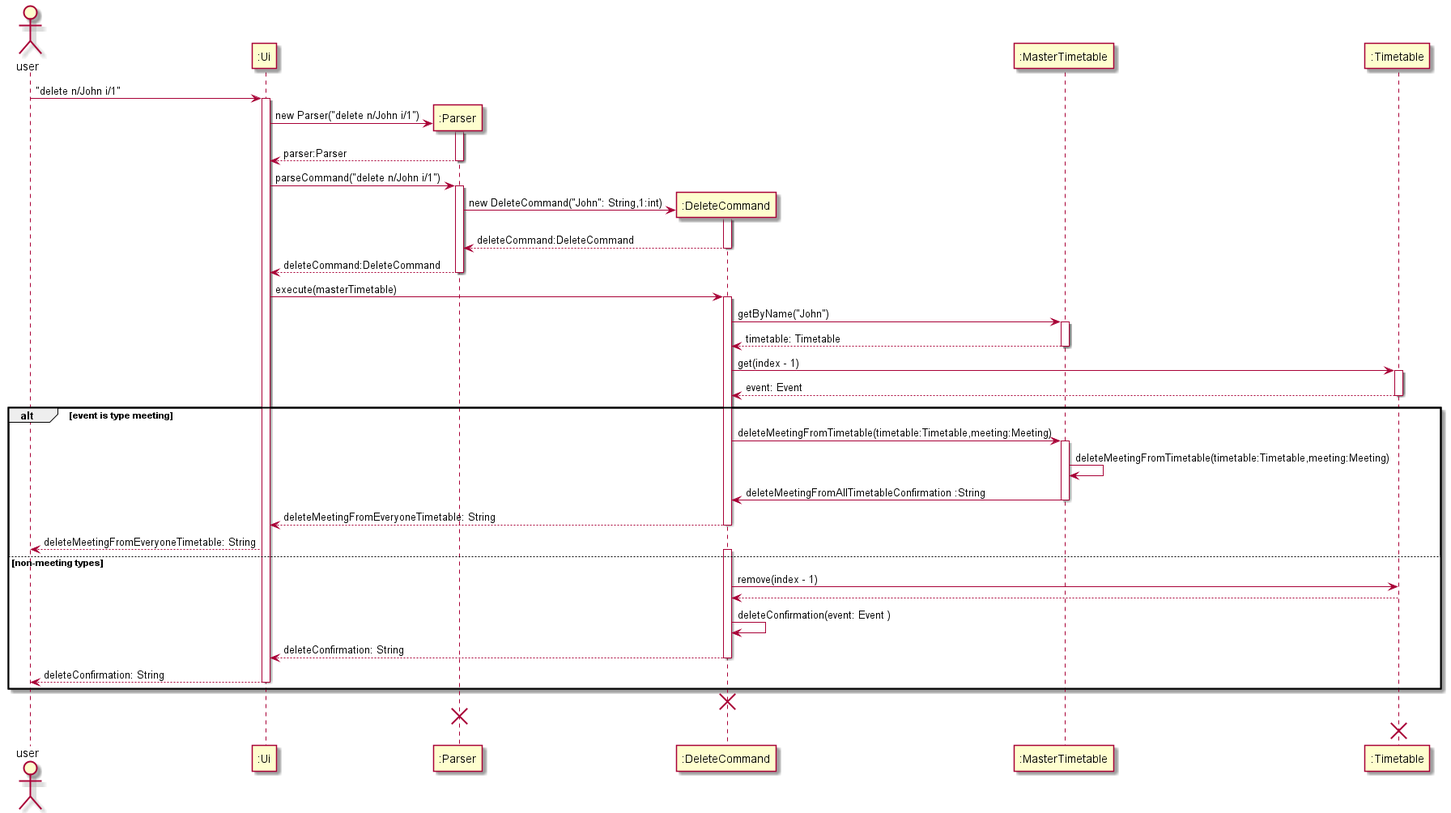
Before: docs/images/DeleteCommandSequenceDiagram.png, a diagram exported from PlantUML (nus-cs2113-AY2122S2/tp). Source of this version:
```plantuml
@startuml
actor user

user -> ":Ui" ++ : "delete n/John i/1"
create ":Parser"
":Ui" -> ":Parser" ++: new Parser("delete n/John i/1")
":Parser" --> ":Ui" --: parser:Parser
":Ui" -> ":Parser" ++: parseCommand("delete n/John i/1")
create ":DeleteCommand"
":Parser" -> ":DeleteCommand" ++: new DeleteCommand("John": String,1:int)
":DeleteCommand" --> ":Parser" --: deleteCommand:DeleteCommand
":Parser" --> ":Ui" --: deleteCommand:DeleteCommand
":Ui" -> ":DeleteCommand" ++: execute(masterTimetable)
":DeleteCommand" -> ":MasterTimetable" ++: getByName("John")
":MasterTimetable" --> ":DeleteCommand" -- : timetable: Timetable
":DeleteCommand" -> ":Timetable" ++: get(index - 1)
":Timetable" --> ":DeleteCommand" -- : event: Event
alt event is type meeting
":DeleteCommand" -> ":MasterTimetable" ++: deleteMeetingFromTimetable(timetable:Timetable,meeting:Meeting)
":MasterTimetable" -> ":MasterTimetable" : deleteMeetingFromTimetable(timetable:Timetable,meeting:Meeting)
":MasterTimetable" -> ":DeleteCommand" --: deleteMeetingFromAllTimetableConfirmation :String
":DeleteCommand" --> ":Ui" --: deleteMeetingFromEveryoneTimetable: String
":Ui" --> "user" : deleteMeetingFromEveryoneTimetable: String

else non-meeting types
activate ":DeleteCommand"
":DeleteCommand" -> ":Timetable" : remove(index - 1)
":Timetable" --> ":DeleteCommand" --:
":DeleteCommand" -> ":DeleteCommand" : deleteConfirmation(event: Event )
":DeleteCommand" --> ":Ui" --: deleteConfirmation: String
":Ui" --> "user" --: deleteConfirmation: String
end
destroy ":DeleteCommand"
destroy ":Parser"
destroy ":Timetable"

@enduml
```
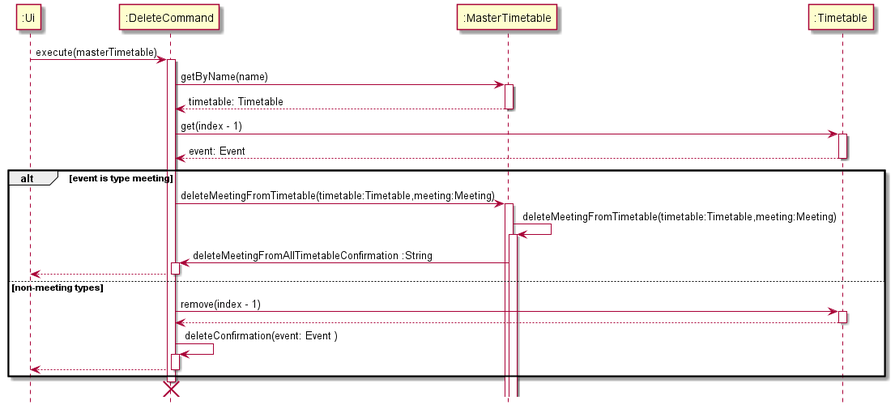
Above is the later version.

Diff of the diagram source:
```diff
@@ -1,37 +1,25 @@
 @startuml
-actor user
+hide footbox
 
-user -> ":Ui" ++ : "delete n/John i/1"
-create ":Parser"
-":Ui" -> ":Parser" ++: new Parser("delete n/John i/1")
-":Parser" --> ":Ui" --: parser:Parser
-":Ui" -> ":Parser" ++: parseCommand("delete n/John i/1")
-create ":DeleteCommand"
-":Parser" -> ":DeleteCommand" ++: new DeleteCommand("John": String,1:int)
-":DeleteCommand" --> ":Parser" --: deleteCommand:DeleteCommand
-":Parser" --> ":Ui" --: deleteCommand:DeleteCommand
 ":Ui" -> ":DeleteCommand" ++: execute(masterTimetable)
-":DeleteCommand" -> ":MasterTimetable" ++: getByName("John")
+":DeleteCommand" -> ":MasterTimetable" ++: getByName(name)
 ":MasterTimetable" --> ":DeleteCommand" -- : timetable: Timetable
 ":DeleteCommand" -> ":Timetable" ++: get(index - 1)
 ":Timetable" --> ":DeleteCommand" -- : event: Event
 alt event is type meeting
 ":DeleteCommand" -> ":MasterTimetable" ++: deleteMeetingFromTimetable(timetable:Timetable,meeting:Meeting)
-":MasterTimetable" -> ":MasterTimetable" : deleteMeetingFromTimetable(timetable:Timetable,meeting:Meeting)
-":MasterTimetable" -> ":DeleteCommand" --: deleteMeetingFromAllTimetableConfirmation :String
-":DeleteCommand" --> ":Ui" --: deleteMeetingFromEveryoneTimetable: String
-":Ui" --> "user" : deleteMeetingFromEveryoneTimetable: String
+":MasterTimetable" -> ":MasterTimetable" ++: deleteMeetingFromTimetable(timetable:Timetable,meeting:Meeting)
+":MasterTimetable" -> ":DeleteCommand" ++: deleteMeetingFromAllTimetableConfirmation :String
+":DeleteCommand" --> ":Ui" --:
 
 else non-meeting types
-activate ":DeleteCommand"
-":DeleteCommand" -> ":Timetable" : remove(index - 1)
+
+":DeleteCommand" -> ":Timetable" ++ : remove(index - 1)
 ":Timetable" --> ":DeleteCommand" --:
-":DeleteCommand" -> ":DeleteCommand" : deleteConfirmation(event: Event )
-":DeleteCommand" --> ":Ui" --: deleteConfirmation: String
-":Ui" --> "user" --: deleteConfirmation: String
+":DeleteCommand" -> ":DeleteCommand" ++ : deleteConfirmation(event: Event )
+":DeleteCommand" --> ":Ui" --:
+
 end
 destroy ":DeleteCommand"
-destroy ":Parser"
-destroy ":Timetable"
 
 @enduml
```
